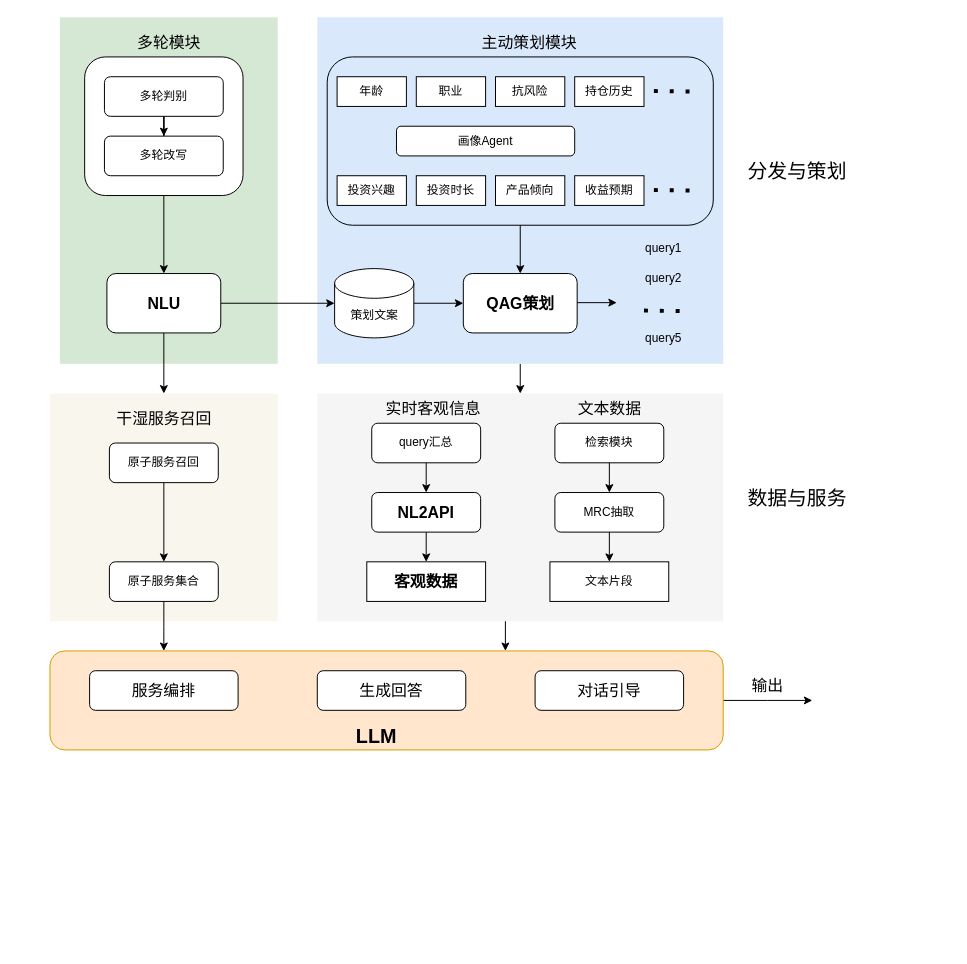
ZhangHammer/ZhangHammer keeps this draw.io diagram as QAG+生成.drawio. Above is the earlier version. Source tidied: cells renumbered, new cells numbered last; positions are measured from the earlier drawing's top-left corner, leaving out a move shared by most shapes. Both pictures are drawn from the tidied source at 99%, with x=0, y=0 at pixel (50, 17).
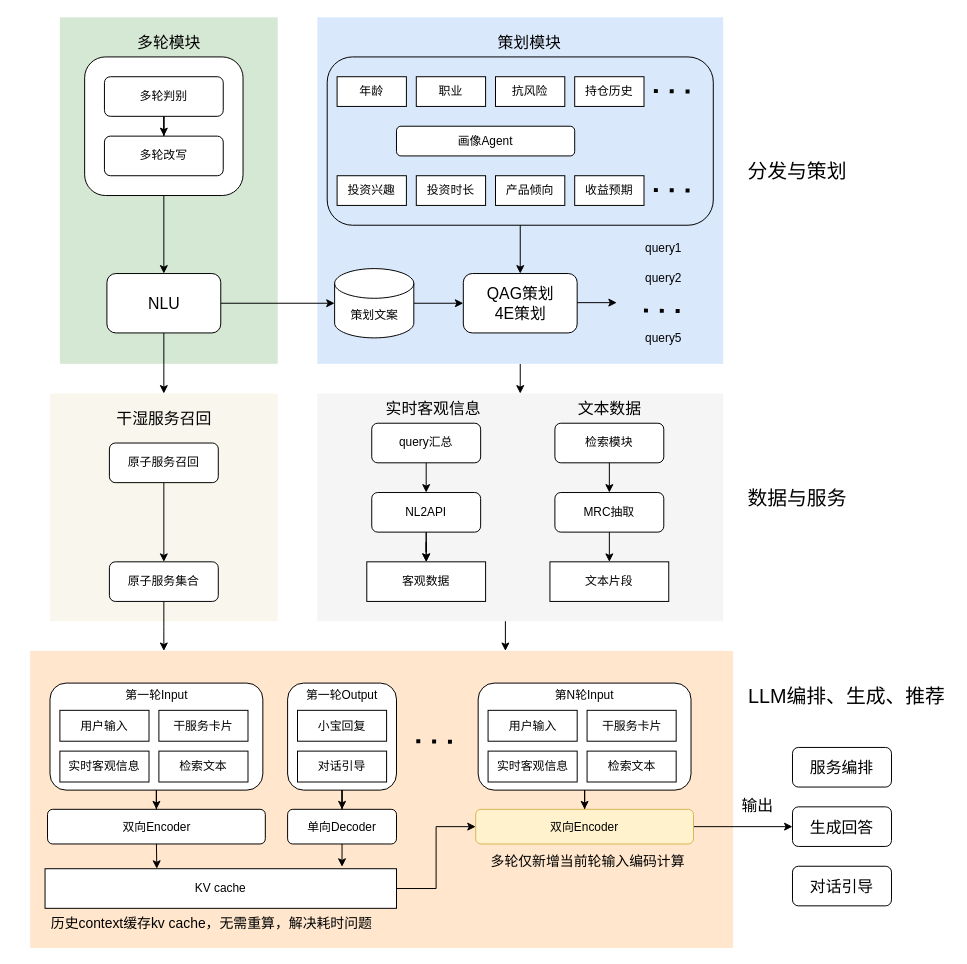
Above is the later version.

Diff of the diagram source:
```diff
@@
+    <mxCell id="65" style="rounded=0;whiteSpace=wrap;html=1;fillColor=#ffe6cc;strokeColor=none;" parent="1" vertex="1">
+      <mxGeometry x="-20" y="640" width="710" height="300" as="geometry" />
+    </mxCell>
+    <mxCell id="66" style="edgeStyle=orthogonalEdgeStyle;rounded=0;jettySize=auto;html=1;" parent="1" edge="1" source="67" target="79">
+      <mxGeometry relative="1" as="geometry" />
+    </mxCell>
+    <mxCell id="67" style="rounded=1;whiteSpace=wrap;html=1;" parent="1" vertex="1">
+      <mxGeometry y="672.5" width="215" height="108.1" as="geometry" />
+    </mxCell>
@@
-    <mxCell id="3" style="edgeStyle=orthogonalEdgeStyle;rounded=0;jettySize=auto;html=1;exitX=1;exitY=0.5;exitDx=0;exitDy=0;" parent="1" edge="1" source="4">
-      <mxGeometry relative="1" as="geometry">
-        <mxPoint x="770" y="690" as="targetPoint" />
-      </mxGeometry>
-    </mxCell>
-    <mxCell id="4" style="rounded=1;whiteSpace=wrap;html=1;fillColor=#ffe6cc;strokeColor=#d79b00;" parent="1" vertex="1">
-      <mxGeometry y="640" width="680" height="100" as="geometry" />
-    </mxCell>
@@
-    <mxCell id="18" value="&lt;font style=&quot;font-size: 16px;&quot;&gt;&lt;b&gt;NLU&lt;/b&gt;&lt;/font&gt;" style="rounded=1;whiteSpace=wrap;html=1;" parent="1" vertex="1">
+    <mxCell id="18" value="&lt;font style=&quot;font-size: 16px;&quot;&gt;NLU&lt;/font&gt;" style="rounded=1;whiteSpace=wrap;html=1;" parent="1" vertex="1">
       <mxGeometry x="57.5" y="258.8" width="115" height="60" as="geometry" />
     </mxCell>
@@
-    <mxCell id="29" value="&lt;font style=&quot;font-size: 16px;&quot;&gt;&lt;b&gt;QAG策划&lt;/b&gt;&lt;/font&gt;" style="rounded=1;whiteSpace=wrap;html=1;" parent="1" vertex="1">
+    <mxCell id="29" value="&lt;font style=&quot;font-size: 16px;&quot;&gt;QAG策划&lt;/font&gt;&lt;div&gt;&lt;font style=&quot;font-size: 16px;&quot;&gt;4E策划&lt;/font&gt;&lt;/div&gt;" style="rounded=1;whiteSpace=wrap;html=1;" parent="1" vertex="1">
       <mxGeometry x="417.5" y="258.8" width="115" height="60" as="geometry" />
     </mxCell>
@@
     <mxCell id="37" value="&lt;font style=&quot;font-size: 16px;&quot;&gt;生成回答&lt;/font&gt;" style="rounded=1;whiteSpace=wrap;html=1;" parent="1" vertex="1">
-      <mxGeometry x="270" y="660" width="150" height="40" as="geometry" />
+      <mxGeometry x="750" y="797.5" width="100" height="40" as="geometry" />
     </mxCell>
@@
+    <mxCell id="68" style="edgeStyle=orthogonalEdgeStyle;rounded=0;jettySize=auto;html=1;" parent="1" edge="1" source="42" target="43">
+      <mxGeometry relative="1" as="geometry" />
+    </mxCell>
-    <mxCell id="42" value="&lt;b&gt;&lt;font style=&quot;font-size: 16px;&quot;&gt;NL2API&lt;/font&gt;&lt;/b&gt;" style="rounded=1;whiteSpace=wrap;html=1;" parent="1" vertex="1">
+    <mxCell id="42" value="&lt;font style=&quot;font-size: 12px;&quot;&gt;NL2API&lt;/font&gt;" style="rounded=1;whiteSpace=wrap;html=1;" parent="1" vertex="1">
       <mxGeometry x="325" y="480" width="110" height="40" as="geometry" />
     </mxCell>
-    <mxCell id="43" value="&lt;font style=&quot;font-size: 16px;&quot;&gt;&lt;b&gt;客观数据&lt;/b&gt;&lt;/font&gt;" style="rounded=0;whiteSpace=wrap;html=1;" parent="1" vertex="1">
+    <mxCell id="43" value="&lt;font style=&quot;font-size: 12px;&quot;&gt;客观数据&lt;/font&gt;" style="rounded=0;whiteSpace=wrap;html=1;" parent="1" vertex="1">
       <mxGeometry x="320" y="550" width="120" height="40" as="geometry" />
     </mxCell>
@@
     <mxCell id="53" value="&lt;font style=&quot;font-size: 16px;&quot;&gt;服务编排&lt;/font&gt;" style="rounded=1;whiteSpace=wrap;html=1;" parent="1" vertex="1">
-      <mxGeometry x="40" y="660" width="150" height="40" as="geometry" />
+      <mxGeometry x="750" y="737.5" width="100" height="40" as="geometry" />
     </mxCell>
     <mxCell id="54" value="&lt;font style=&quot;font-size: 16px;&quot;&gt;对话引导&lt;/font&gt;" style="rounded=1;whiteSpace=wrap;html=1;" parent="1" vertex="1">
-      <mxGeometry x="490" y="660" width="150" height="40" as="geometry" />
+      <mxGeometry x="750" y="857.5" width="100" height="40" as="geometry" />
     </mxCell>
-    <mxCell id="55" value="&lt;b&gt;LLM&lt;/b&gt;" style="text;html=1;strokeColor=none;fillColor=none;align=center;verticalAlign=middle;whiteSpace=wrap;rounded=0;fontSize=20;" parent="1" vertex="1">
-      <mxGeometry x="300" y="710" width="60" height="30" as="geometry" />
-    </mxCell>
@@
-    <mxCell id="58" value="主动策划模块" style="text;html=1;strokeColor=none;fillColor=none;align=center;verticalAlign=middle;whiteSpace=wrap;rounded=0;fontSize=16;" parent="1" vertex="1">
+    <mxCell id="58" value="策划模块" style="text;html=1;strokeColor=none;fillColor=none;align=center;verticalAlign=middle;whiteSpace=wrap;rounded=0;fontSize=16;" parent="1" vertex="1">
       <mxGeometry x="417.5" y="10" width="132.5" height="30" as="geometry" />
     </mxCell>
@@
     <mxCell id="62" value="输出" style="text;html=1;strokeColor=none;fillColor=none;align=center;verticalAlign=middle;whiteSpace=wrap;rounded=0;fontSize=16;" parent="1" vertex="1">
-      <mxGeometry x="680" y="660" width="90" height="30" as="geometry" />
+      <mxGeometry x="670" y="780.6" width="90" height="30" as="geometry" />
     </mxCell>
@@
+    <mxCell id="69" value="干服务卡片" style="rounded=0;whiteSpace=wrap;html=1;" parent="1" vertex="1">
+      <mxGeometry x="110" y="700" width="90" height="31.2" as="geometry" />
+    </mxCell>
+    <mxCell id="70" value="用户输入" style="rounded=0;whiteSpace=wrap;html=1;" parent="1" vertex="1">
+      <mxGeometry x="10" y="700" width="90" height="31.2" as="geometry" />
+    </mxCell>
+    <mxCell id="71" value="实时客观信息" style="rounded=0;whiteSpace=wrap;html=1;" parent="1" vertex="1">
+      <mxGeometry x="10" y="741.2" width="90" height="31.2" as="geometry" />
+    </mxCell>
+    <mxCell id="72" value="检索文本" style="rounded=0;whiteSpace=wrap;html=1;" parent="1" vertex="1">
+      <mxGeometry x="110" y="741.2" width="90" height="31.2" as="geometry" />
+    </mxCell>
+    <mxCell id="73" value="第一轮Input" style="text;html=1;align=center;verticalAlign=middle;whiteSpace=wrap;rounded=0;" parent="1" vertex="1">
+      <mxGeometry x="62.5" y="670" width="90" height="30" as="geometry" />
+    </mxCell>
+    <mxCell id="74" style="edgeStyle=orthogonalEdgeStyle;rounded=0;jettySize=auto;html=1;" parent="1" edge="1" source="75" target="80">
+      <mxGeometry relative="1" as="geometry" />
+    </mxCell>
+    <mxCell id="75" style="rounded=1;whiteSpace=wrap;html=1;" parent="1" vertex="1">
+      <mxGeometry x="240" y="672.5" width="110" height="108.1" as="geometry" />
+    </mxCell>
+    <mxCell id="76" value="小宝回复" style="rounded=0;whiteSpace=wrap;html=1;" parent="1" vertex="1">
+      <mxGeometry x="250" y="700" width="90" height="31.2" as="geometry" />
+    </mxCell>
+    <mxCell id="77" value="对话引导" style="rounded=0;whiteSpace=wrap;html=1;" parent="1" vertex="1">
+      <mxGeometry x="250" y="741.2" width="90" height="31.2" as="geometry" />
+    </mxCell>
+    <mxCell id="78" value="第一轮Output" style="text;html=1;align=center;verticalAlign=middle;whiteSpace=wrap;rounded=0;" parent="1" vertex="1">
+      <mxGeometry x="250" y="670" width="90" height="30" as="geometry" />
+    </mxCell>
+    <mxCell id="79" value="双向Encoder" style="rounded=1;whiteSpace=wrap;html=1;" parent="1" vertex="1">
+      <mxGeometry x="-2.5" y="800" width="220" height="35" as="geometry" />
+    </mxCell>
+    <mxCell id="80" value="单向Decoder" style="rounded=1;whiteSpace=wrap;html=1;" parent="1" vertex="1">
+      <mxGeometry x="240" y="800" width="110" height="35" as="geometry" />
+    </mxCell>
+    <mxCell id="81" style="edgeStyle=orthogonalEdgeStyle;rounded=0;jettySize=auto;html=1;exitX=1;exitY=0.5;exitDx=0;exitDy=0;entryX=0;entryY=0.5;entryDx=0;entryDy=0;" parent="1" edge="1" source="82" target="93">
+      <mxGeometry relative="1" as="geometry" />
+    </mxCell>
+    <mxCell id="82" value="KV cache" style="rounded=0;whiteSpace=wrap;html=1;" parent="1" vertex="1">
+      <mxGeometry x="-5" y="860" width="355" height="40" as="geometry" />
+    </mxCell>
+    <mxCell id="83" style="edgeStyle=orthogonalEdgeStyle;rounded=0;jettySize=auto;html=1;exitX=0.5;exitY=1;exitDx=0;exitDy=0;entryX=0.318;entryY=0;entryDx=0;entryDy=0;entryPerimeter=0;" parent="1" edge="1" source="79" target="82">
+      <mxGeometry relative="1" as="geometry" />
+    </mxCell>
+    <mxCell id="84" style="edgeStyle=orthogonalEdgeStyle;rounded=0;jettySize=auto;html=1;exitX=0.5;exitY=1;exitDx=0;exitDy=0;entryX=0.845;entryY=-0.05;entryDx=0;entryDy=0;entryPerimeter=0;" parent="1" edge="1" source="80" target="82">
+      <mxGeometry relative="1" as="geometry" />
+    </mxCell>
+    <mxCell id="85" style="edgeStyle=orthogonalEdgeStyle;rounded=0;jettySize=auto;html=1;" parent="1" edge="1" source="86" target="93">
+      <mxGeometry relative="1" as="geometry" />
+    </mxCell>
+    <mxCell id="86" style="rounded=1;whiteSpace=wrap;html=1;" parent="1" vertex="1">
+      <mxGeometry x="432.5" y="672.5" width="215" height="108.1" as="geometry" />
+    </mxCell>
+    <mxCell id="87" value="干服务卡片" style="rounded=0;whiteSpace=wrap;html=1;" parent="1" vertex="1">
+      <mxGeometry x="542.5" y="700" width="90" height="31.2" as="geometry" />
+    </mxCell>
+    <mxCell id="88" value="用户输入" style="rounded=0;whiteSpace=wrap;html=1;" parent="1" vertex="1">
+      <mxGeometry x="442.5" y="700" width="90" height="31.2" as="geometry" />
+    </mxCell>
+    <mxCell id="89" value="实时客观信息" style="rounded=0;whiteSpace=wrap;html=1;" parent="1" vertex="1">
+      <mxGeometry x="442.5" y="741.2" width="90" height="31.2" as="geometry" />
+    </mxCell>
+    <mxCell id="90" value="检索文本" style="rounded=0;whiteSpace=wrap;html=1;" parent="1" vertex="1">
+      <mxGeometry x="542.5" y="741.2" width="90" height="31.2" as="geometry" />
+    </mxCell>
+    <mxCell id="91" value="第N轮Input" style="text;html=1;align=center;verticalAlign=middle;whiteSpace=wrap;rounded=0;" parent="1" vertex="1">
+      <mxGeometry x="495" y="670" width="90" height="30" as="geometry" />
+    </mxCell>
+    <mxCell id="92" style="edgeStyle=orthogonalEdgeStyle;rounded=0;jettySize=auto;html=1;exitX=1;exitY=0.5;exitDx=0;exitDy=0;" parent="1" edge="1" source="93" target="37">
+      <mxGeometry relative="1" as="geometry" />
+    </mxCell>
+    <mxCell id="93" value="双向Encoder" style="rounded=1;whiteSpace=wrap;html=1;fillColor=#fff2cc;strokeColor=#d6b656;" parent="1" vertex="1">
+      <mxGeometry x="430" y="800" width="220" height="35" as="geometry" />
+    </mxCell>
+    <mxCell id="94" style="endArrow=none;dashed=1;html=1;dashPattern=1 3;strokeWidth=4;rounded=0;" parent="1" edge="1">
+      <mxGeometry relative="1" as="geometry">
+        <mxPoint x="370" y="731.2" as="sourcePoint" />
+        <mxPoint x="410" y="731.8" as="targetPoint" />
+      </mxGeometry>
+    </mxCell>
+    <mxCell id="95" value="&lt;font style=&quot;font-size: 14px;&quot;&gt;多轮仅新增当前轮输入编码计算&lt;/font&gt;" style="text;html=1;align=center;verticalAlign=middle;whiteSpace=wrap;rounded=0;" parent="1" vertex="1">
+      <mxGeometry x="435" y="837.5" width="217" height="30" as="geometry" />
+    </mxCell>
+    <mxCell id="96" value="&lt;font style=&quot;font-size: 20px;&quot;&gt;LLM编排、生成、推荐&lt;/font&gt;" style="text;html=1;align=center;verticalAlign=middle;whiteSpace=wrap;rounded=0;" parent="1" vertex="1">
+      <mxGeometry x="700" y="670" width="210" height="30" as="geometry" />
+    </mxCell>
+    <mxCell id="97" value="&lt;font style=&quot;font-size: 14px;&quot;&gt;历史context缓存kv cache，无需重算，解决耗时问题&lt;/font&gt;" style="text;html=1;strokeColor=none;fillColor=none;align=center;verticalAlign=middle;whiteSpace=wrap;rounded=0;fontSize=14;" parent="1" vertex="1">
+      <mxGeometry x="-33" y="900" width="393" height="30" as="geometry" />
+    </mxCell>
```
